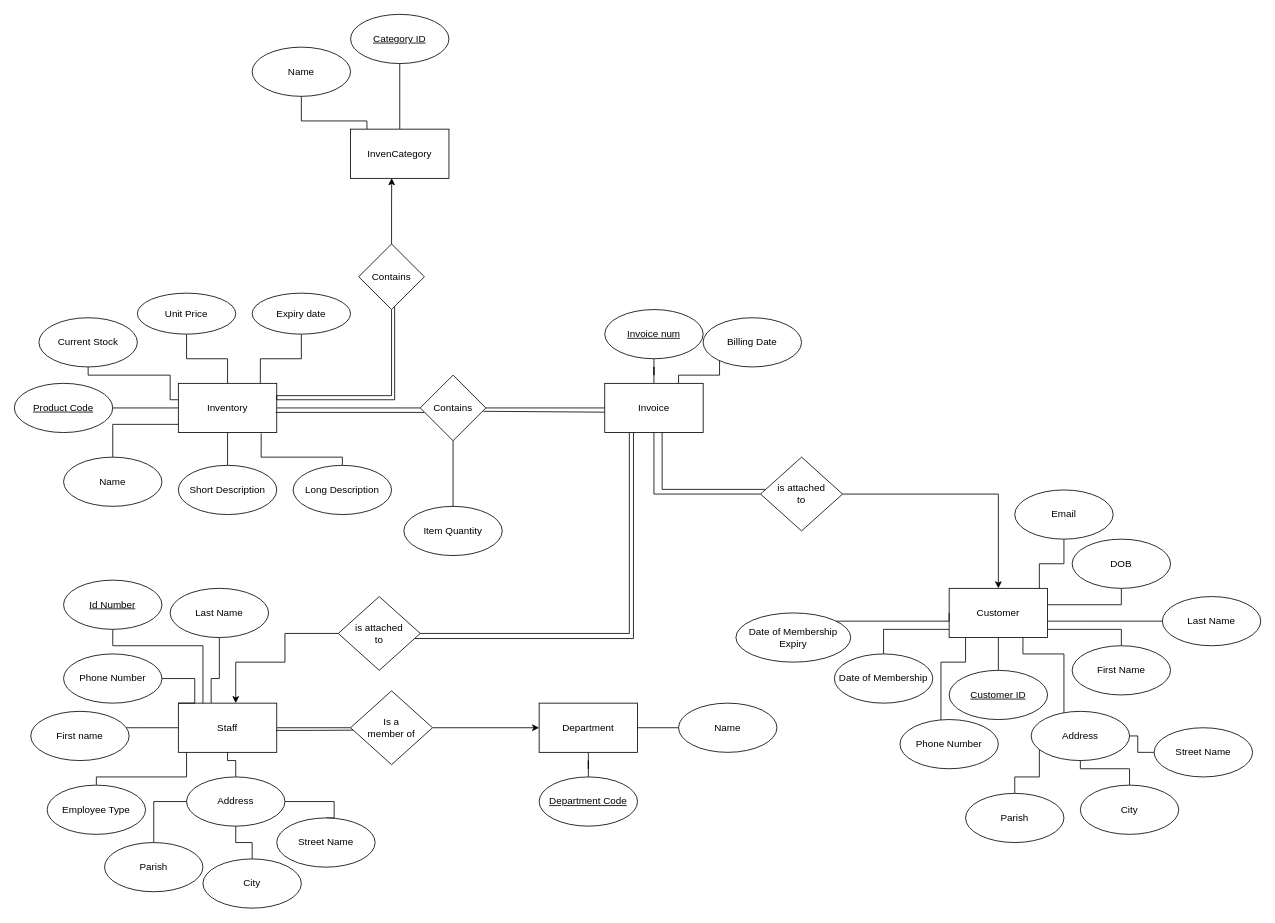
Above: page "ERD" (1 of 3) of Documentation/Database Diagrams/Group Project Diagrams.drawio in SCIT-Group-Project-2021/AP-Group-Project-2022 (draw.io), before the change. Source tidied: cells renumbered, new cells numbered last; positions are measured from the earlier drawing's top-left corner, leaving out a move shared by most shapes. Both pictures are drawn from the tidied source at 82%, with x=0, y=0 at pixel (14, 14).
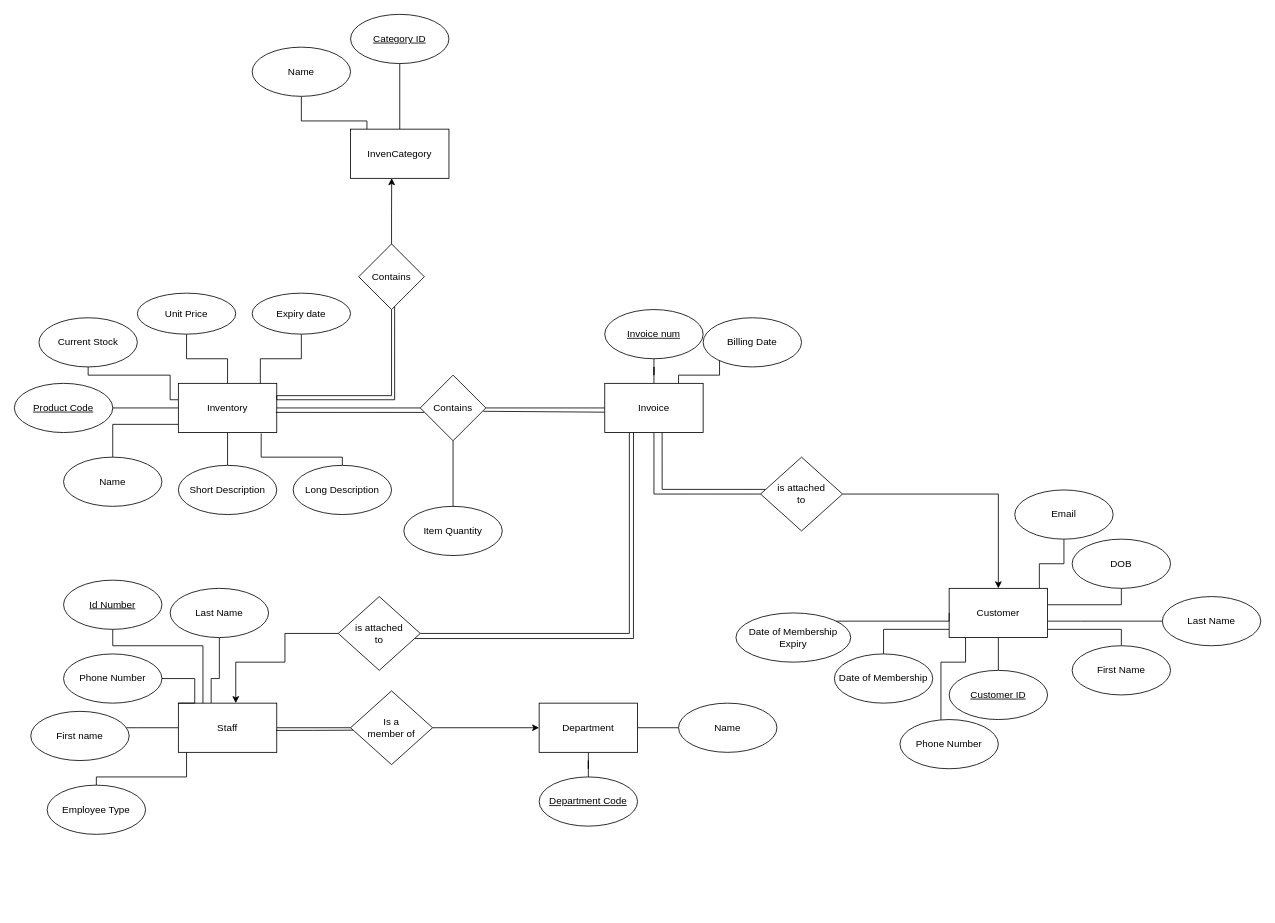
The same page after the edit.

Unchanged cells that the change refers to:
```xml
<mxCell id="10" value="Customer" style="rounded=0;whiteSpace=wrap;html=1;" parent="1" vertex="1">
  <mxGeometry x="1140" y="700" width="120" height="60" as="geometry" />
</mxCell>
<mxCell id="25" value="Staff" style="rounded=0;whiteSpace=wrap;html=1;" parent="1" vertex="1">
  <mxGeometry x="200" y="840" width="120" height="60" as="geometry" />
</mxCell>
```

What changed in the source:
```diff
@@
-    <mxCell id="4" style="edgeStyle=orthogonalEdgeStyle;rounded=0;jettySize=auto;html=1;endArrow=none;endFill=0;" parent="1" edge="1" source="10" target="48">
-      <mxGeometry relative="1" as="geometry">
-        <Array as="points">
-          <mxPoint x="1230" y="780" />
-          <mxPoint x="1280" y="780" />
-        </Array>
-      </mxGeometry>
-    </mxCell>
@@
-    <mxCell id="48" value="Address" style="ellipse;whiteSpace=wrap;html=1;rounded=0;" parent="1" vertex="1">
-      <mxGeometry x="1240" y="850" width="120" height="60" as="geometry" />
-    </mxCell>
@@
-    <mxCell id="67" style="edgeStyle=orthogonalEdgeStyle;rounded=0;jettySize=auto;html=1;entryX=1;entryY=0.5;entryDx=0;entryDy=0;startArrow=none;startFill=0;endArrow=none;endFill=0;" parent="1" edge="1" source="68" target="48">
-      <mxGeometry relative="1" as="geometry" />
-    </mxCell>
-    <mxCell id="68" value="Street Name" style="ellipse;whiteSpace=wrap;html=1;rounded=0;" parent="1" vertex="1">
-      <mxGeometry x="1390" y="870" width="120" height="60" as="geometry" />
-    </mxCell>
-    <mxCell id="69" style="edgeStyle=orthogonalEdgeStyle;rounded=0;jettySize=auto;html=1;entryX=0.5;entryY=1;entryDx=0;entryDy=0;startArrow=none;startFill=0;endArrow=none;endFill=0;" parent="1" edge="1" source="70" target="48">
-      <mxGeometry relative="1" as="geometry" />
-    </mxCell>
-    <mxCell id="70" value="City" style="ellipse;whiteSpace=wrap;html=1;rounded=0;" parent="1" vertex="1">
-      <mxGeometry x="1300" y="940" width="120" height="60" as="geometry" />
-    </mxCell>
-    <mxCell id="71" style="edgeStyle=orthogonalEdgeStyle;rounded=0;jettySize=auto;html=1;startArrow=none;startFill=0;endArrow=none;endFill=0;" parent="1" edge="1" source="72" target="48">
-      <mxGeometry relative="1" as="geometry">
-        <Array as="points">
-          <mxPoint x="1220" y="930" />
-          <mxPoint x="1250" y="930" />
-        </Array>
-      </mxGeometry>
-    </mxCell>
-    <mxCell id="72" value="Parish" style="ellipse;whiteSpace=wrap;html=1;rounded=0;" parent="1" vertex="1">
-      <mxGeometry x="1160" y="950" width="120" height="60" as="geometry" />
-    </mxCell>
-    <mxCell id="73" style="edgeStyle=orthogonalEdgeStyle;rounded=0;jettySize=auto;html=1;startArrow=none;startFill=0;endArrow=none;endFill=0;entryX=0.5;entryY=0;entryDx=0;entryDy=0;" parent="1" edge="1" source="75" target="76">
-      <mxGeometry relative="1" as="geometry">
-        <Array as="points">
-          <mxPoint x="390" y="960" />
-        </Array>
-      </mxGeometry>
-    </mxCell>
-    <mxCell id="74" style="edgeStyle=orthogonalEdgeStyle;rounded=0;jettySize=auto;html=1;startArrow=none;startFill=0;endArrow=none;endFill=0;" parent="1" edge="1" source="75" target="25">
-      <mxGeometry relative="1" as="geometry" />
-    </mxCell>
-    <mxCell id="75" value="Address" style="ellipse;whiteSpace=wrap;html=1;rounded=0;" parent="1" vertex="1">
-      <mxGeometry x="210" y="930" width="120" height="60" as="geometry" />
-    </mxCell>
-    <mxCell id="76" value="Street Name" style="ellipse;whiteSpace=wrap;html=1;rounded=0;" parent="1" vertex="1">
-      <mxGeometry x="320" y="980" width="120" height="60" as="geometry" />
-    </mxCell>
-    <mxCell id="77" style="edgeStyle=orthogonalEdgeStyle;rounded=0;jettySize=auto;html=1;entryX=0.5;entryY=1;entryDx=0;entryDy=0;startArrow=none;startFill=0;endArrow=none;endFill=0;" parent="1" edge="1" source="78" target="75">
-      <mxGeometry relative="1" as="geometry" />
-    </mxCell>
-    <mxCell id="78" value="City" style="ellipse;whiteSpace=wrap;html=1;rounded=0;" parent="1" vertex="1">
-      <mxGeometry x="230" y="1030" width="120" height="60" as="geometry" />
-    </mxCell>
-    <mxCell id="79" style="edgeStyle=orthogonalEdgeStyle;rounded=0;jettySize=auto;html=1;startArrow=none;startFill=0;endArrow=none;endFill=0;entryX=0;entryY=0.5;entryDx=0;entryDy=0;" parent="1" edge="1" source="80" target="75">
-      <mxGeometry relative="1" as="geometry">
-        <Array as="points">
-          <mxPoint x="170" y="960" />
-        </Array>
-      </mxGeometry>
-    </mxCell>
-    <mxCell id="80" value="Parish" style="ellipse;whiteSpace=wrap;html=1;rounded=0;" parent="1" vertex="1">
-      <mxGeometry x="110" y="1010" width="120" height="60" as="geometry" />
-    </mxCell>
```
